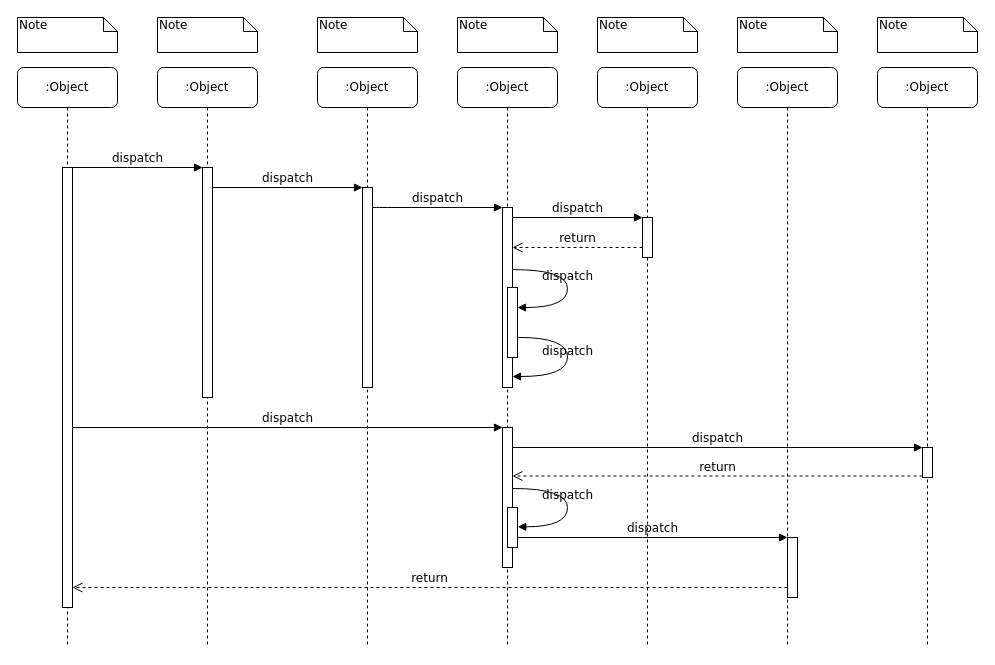
Above: hw2_2.drawio in IKolyas/Algorithms_architecture_patterns_PHP (draw.io), before the change. Source tidied: cells renumbered, new cells numbered last; positions are measured from the earlier drawing's top-left corner, leaving out a move shared by most shapes. Both pictures are drawn from the tidied source at 100%, with x=0, y=0 at pixel (17, 17).
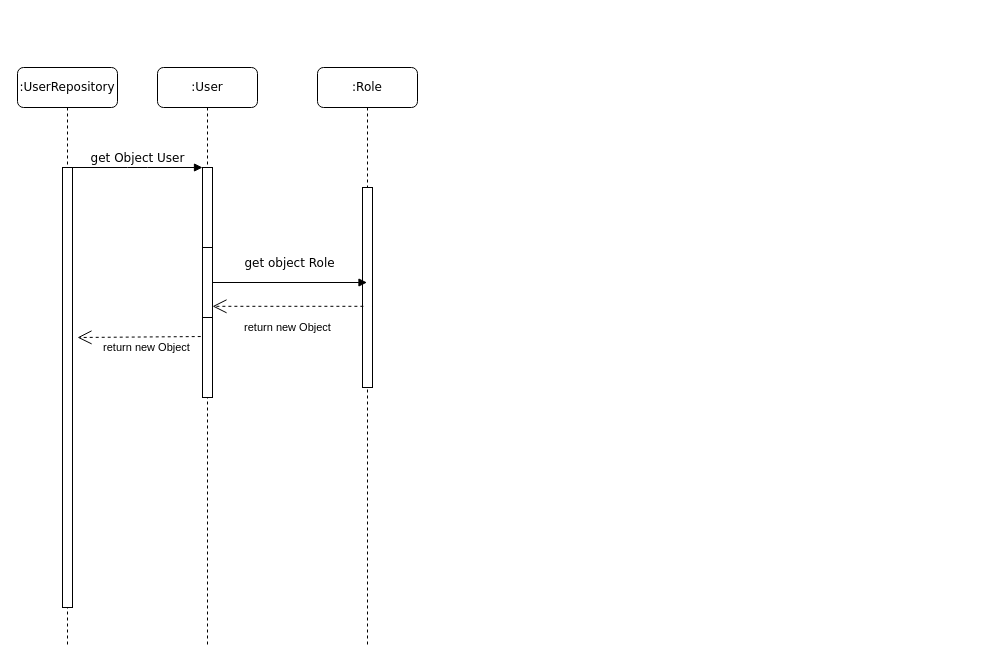
The same page after the edit.

Unchanged cells that the change refers to:
```xml
<mxCell id="3" style="html=1;points=[];perimeter=orthogonalPerimeter;rounded=0;shadow=0;comic=0;labelBackgroundColor=none;strokeWidth=1;fontFamily=Verdana;fontSize=12;align=center;" parent="2" vertex="1">
  <mxGeometry x="45" y="100" width="10" height="230" as="geometry" />
</mxCell>
<mxCell id="5" style="html=1;points=[];perimeter=orthogonalPerimeter;rounded=0;shadow=0;comic=0;labelBackgroundColor=none;strokeWidth=1;fontFamily=Verdana;fontSize=12;align=center;" parent="4" vertex="1">
  <mxGeometry x="45" y="120" width="10" height="200" as="geometry" />
</mxCell>
<mxCell id="11" style="html=1;points=[];perimeter=orthogonalPerimeter;rounded=0;shadow=0;comic=0;labelBackgroundColor=none;strokeWidth=1;fontFamily=Verdana;fontSize=12;align=center;" parent="10" vertex="1">
  <mxGeometry x="45" y="100" width="10" height="440" as="geometry" />
</mxCell>
```

The edit, as a diff of the source:
```diff
@@
-    <mxCell id="2" value=":Object" style="shape=umlLifeline;perimeter=lifelinePerimeter;whiteSpace=wrap;html=1;rounded=1;shadow=0;comic=0;labelBackgroundColor=none;strokeWidth=1;fontFamily=Verdana;fontSize=12;align=center;" parent="1" vertex="1">
+    <mxCell id="2" value=":User" style="shape=umlLifeline;perimeter=lifelinePerimeter;whiteSpace=wrap;html=1;rounded=1;shadow=0;comic=0;labelBackgroundColor=none;strokeWidth=1;fontFamily=Verdana;fontSize=12;align=center;" parent="1" vertex="1">
       <mxGeometry x="140" y="50" width="100" height="580" as="geometry" />
     </mxCell>
@@
+    <mxCell id="39" style="html=1;points=[];perimeter=orthogonalPerimeter;rounded=0;shadow=0;comic=0;labelBackgroundColor=none;strokeWidth=1;fontFamily=Verdana;fontSize=12;align=center;" parent="2" vertex="1">
+      <mxGeometry x="45" y="180" width="10" height="70" as="geometry" />
+    </mxCell>
-    <mxCell id="4" value=":Object" style="shape=umlLifeline;perimeter=lifelinePerimeter;whiteSpace=wrap;html=1;outlineConnect=0;rounded=1;shadow=0;comic=0;labelBackgroundColor=none;strokeWidth=1;fontFamily=Verdana;fontSize=12;align=center;" parent="1" vertex="1">
+    <mxCell id="4" value=":Role" style="shape=umlLifeline;perimeter=lifelinePerimeter;whiteSpace=wrap;html=1;outlineConnect=0;rounded=1;shadow=0;comic=0;labelBackgroundColor=none;strokeWidth=1;fontFamily=Verdana;fontSize=12;align=center;" parent="1" vertex="1">
       <mxGeometry x="300" y="50" width="100" height="580" as="geometry" />
     </mxCell>
@@
-    <mxCell id="6" value=":Object" style="shape=umlLifeline;perimeter=lifelinePerimeter;whiteSpace=wrap;html=1;rounded=1;shadow=0;comic=0;labelBackgroundColor=none;strokeWidth=1;fontFamily=Verdana;fontSize=12;align=center;" parent="1" vertex="1">
-      <mxGeometry x="440" y="50" width="100" height="580" as="geometry" />
-    </mxCell>
-    <mxCell id="7" value=":Object" style="shape=umlLifeline;perimeter=lifelinePerimeter;whiteSpace=wrap;html=1;rounded=1;shadow=0;comic=0;labelBackgroundColor=none;strokeWidth=1;fontFamily=Verdana;fontSize=12;align=center;" parent="1" vertex="1">
-      <mxGeometry x="580" y="50" width="100" height="580" as="geometry" />
-    </mxCell>
-    <mxCell id="8" value=":Object" style="shape=umlLifeline;perimeter=lifelinePerimeter;whiteSpace=wrap;html=1;rounded=1;shadow=0;comic=0;labelBackgroundColor=none;strokeWidth=1;fontFamily=Verdana;fontSize=12;align=center;" parent="1" vertex="1">
-      <mxGeometry x="720" y="50" width="100" height="580" as="geometry" />
-    </mxCell>
-    <mxCell id="9" value=":Object" style="shape=umlLifeline;perimeter=lifelinePerimeter;whiteSpace=wrap;html=1;rounded=1;shadow=0;comic=0;labelBackgroundColor=none;strokeWidth=1;fontFamily=Verdana;fontSize=12;align=center;" parent="1" vertex="1">
-      <mxGeometry x="860" y="50" width="100" height="580" as="geometry" />
-    </mxCell>
-    <mxCell id="10" value=":Object" style="shape=umlLifeline;perimeter=lifelinePerimeter;whiteSpace=wrap;html=1;rounded=1;shadow=0;comic=0;labelBackgroundColor=none;strokeWidth=1;fontFamily=Verdana;fontSize=12;align=center;" parent="1" vertex="1">
+    <mxCell id="10" value=":UserRepository" style="shape=umlLifeline;perimeter=lifelinePerimeter;whiteSpace=wrap;html=1;rounded=1;shadow=0;comic=0;labelBackgroundColor=none;strokeWidth=1;fontFamily=Verdana;fontSize=12;align=center;" parent="1" vertex="1">
       <mxGeometry y="50" width="100" height="580" as="geometry" />
     </mxCell>
@@
-    <mxCell id="12" style="html=1;points=[];perimeter=orthogonalPerimeter;rounded=0;shadow=0;comic=0;labelBackgroundColor=none;strokeWidth=1;fontFamily=Verdana;fontSize=12;align=center;" parent="1" vertex="1">
-      <mxGeometry x="485" y="190" width="10" height="180" as="geometry" />
-    </mxCell>
-    <mxCell id="13" value="dispatch" style="html=1;verticalAlign=bottom;endArrow=block;labelBackgroundColor=none;fontFamily=Verdana;fontSize=12;edgeStyle=elbowEdgeStyle;elbow=vertical;" parent="1" edge="1" source="5" target="12">
-      <mxGeometry relative="1" as="geometry">
-        <Array as="points">
-          <mxPoint x="360" y="190" />
-        </Array>
-      </mxGeometry>
-    </mxCell>
-    <mxCell id="14" style="html=1;points=[];perimeter=orthogonalPerimeter;rounded=0;shadow=0;comic=0;labelBackgroundColor=none;strokeWidth=1;fontFamily=Verdana;fontSize=12;align=center;" parent="1" vertex="1">
-      <mxGeometry x="625" y="200" width="10" height="40" as="geometry" />
-    </mxCell>
-    <mxCell id="15" value="dispatch" style="html=1;verticalAlign=bottom;endArrow=block;entryX=0;entryY=0;labelBackgroundColor=none;fontFamily=Verdana;fontSize=12;edgeStyle=elbowEdgeStyle;elbow=vertical;" parent="1" edge="1" source="12" target="14">
-      <mxGeometry relative="1" as="geometry" />
-    </mxCell>
-    <mxCell id="16" value="return" style="html=1;verticalAlign=bottom;endArrow=open;dashed=1;endSize=8;labelBackgroundColor=none;fontFamily=Verdana;fontSize=12;edgeStyle=elbowEdgeStyle;elbow=vertical;" parent="1" edge="1" source="14" target="12">
-      <mxGeometry relative="1" as="geometry">
-        <Array as="points">
-          <mxPoint x="570" y="230" />
-          <mxPoint x="600" y="230" />
-        </Array>
-      </mxGeometry>
-    </mxCell>
-    <mxCell id="17" style="html=1;points=[];perimeter=orthogonalPerimeter;rounded=0;shadow=0;comic=0;labelBackgroundColor=none;strokeWidth=1;fontFamily=Verdana;fontSize=12;align=center;" parent="1" vertex="1">
-      <mxGeometry x="485" y="410" width="10" height="140" as="geometry" />
-    </mxCell>
-    <mxCell id="18" value="dispatch" style="html=1;verticalAlign=bottom;endArrow=block;entryX=0;entryY=0;labelBackgroundColor=none;fontFamily=Verdana;fontSize=12;" parent="1" edge="1" source="11" target="17">
-      <mxGeometry relative="1" as="geometry" />
-    </mxCell>
-    <mxCell id="19" style="html=1;points=[];perimeter=orthogonalPerimeter;rounded=0;shadow=0;comic=0;labelBackgroundColor=none;strokeColor=#000000;strokeWidth=1;fillColor=#FFFFFF;fontFamily=Verdana;fontSize=12;fontColor=#000000;align=center;" parent="1" vertex="1">
-      <mxGeometry x="905" y="430" width="10" height="30" as="geometry" />
-    </mxCell>
-    <mxCell id="20" value="dispatch" style="html=1;verticalAlign=bottom;endArrow=block;entryX=0;entryY=0;labelBackgroundColor=none;fontFamily=Verdana;fontSize=12;" parent="1" edge="1" source="17" target="19">
-      <mxGeometry relative="1" as="geometry" />
-    </mxCell>
-    <mxCell id="21" value="return" style="html=1;verticalAlign=bottom;endArrow=open;dashed=1;endSize=8;exitX=0;exitY=0.95;labelBackgroundColor=none;fontFamily=Verdana;fontSize=12;" parent="1" edge="1" source="19" target="17">
-      <mxGeometry relative="1" as="geometry" />
-    </mxCell>
-    <mxCell id="22" style="html=1;points=[];perimeter=orthogonalPerimeter;rounded=0;shadow=0;comic=0;labelBackgroundColor=none;strokeWidth=1;fontFamily=Verdana;fontSize=12;align=center;" parent="1" vertex="1">
-      <mxGeometry x="770" y="520" width="10" height="60" as="geometry" />
-    </mxCell>
-    <mxCell id="23" value="dispatch" style="html=1;verticalAlign=bottom;endArrow=block;entryX=0;entryY=0;labelBackgroundColor=none;fontFamily=Verdana;fontSize=12;edgeStyle=elbowEdgeStyle;elbow=vertical;" parent="1" edge="1" source="30" target="22">
-      <mxGeometry relative="1" as="geometry" />
-    </mxCell>
-    <mxCell id="24" value="return" style="html=1;verticalAlign=bottom;endArrow=open;dashed=1;endSize=8;labelBackgroundColor=none;fontFamily=Verdana;fontSize=12;edgeStyle=elbowEdgeStyle;elbow=vertical;" parent="1" edge="1" source="22" target="11">
-      <mxGeometry relative="1" as="geometry">
-        <Array as="points">
-          <mxPoint x="470" y="570" />
-        </Array>
-      </mxGeometry>
-    </mxCell>
-    <mxCell id="25" value="dispatch" style="html=1;verticalAlign=bottom;endArrow=block;entryX=0;entryY=0;labelBackgroundColor=none;fontFamily=Verdana;fontSize=12;edgeStyle=elbowEdgeStyle;elbow=vertical;" parent="1" edge="1" source="11" target="3">
+    <mxCell id="25" value="get Object User" style="html=1;verticalAlign=bottom;endArrow=block;entryX=0;entryY=0;labelBackgroundColor=none;fontFamily=Verdana;fontSize=12;edgeStyle=elbowEdgeStyle;elbow=vertical;" parent="1" edge="1" source="11" target="3">
       <mxGeometry relative="1" as="geometry" />
     </mxCell>
-    <mxCell id="26" value="dispatch" style="html=1;verticalAlign=bottom;endArrow=block;entryX=0;entryY=0;labelBackgroundColor=none;fontFamily=Verdana;fontSize=12;edgeStyle=elbowEdgeStyle;elbow=vertical;" parent="1" edge="1" source="3" target="5">
-      <mxGeometry relative="1" as="geometry" />
+    <mxCell id="26" value="get object Role" style="html=1;verticalAlign=bottom;endArrow=block;labelBackgroundColor=none;fontFamily=Verdana;fontSize=12;edgeStyle=elbowEdgeStyle;elbow=vertical;" parent="1" edge="1" source="3" target="4">
+      <mxGeometry y="10" relative="1" as="geometry" />
     </mxCell>
-    <mxCell id="27" style="html=1;points=[];perimeter=orthogonalPerimeter;rounded=0;shadow=0;comic=0;labelBackgroundColor=none;strokeWidth=1;fontFamily=Verdana;fontSize=12;align=center;" parent="1" vertex="1">
-      <mxGeometry x="490" y="270" width="10" height="70" as="geometry" />
-    </mxCell>
-    <mxCell id="28" value="dispatch" style="html=1;verticalAlign=bottom;endArrow=block;labelBackgroundColor=none;fontFamily=Verdana;fontSize=12;elbow=vertical;edgeStyle=orthogonalEdgeStyle;curved=1;entryX=1;entryY=0.286;entryPerimeter=0;exitX=1.038;exitY=0.345;exitPerimeter=0;" parent="1" edge="1" source="12" target="27">
-      <mxGeometry relative="1" as="geometry">
-        <Array as="points">
-          <mxPoint x="550" y="252" />
-          <mxPoint x="550" y="290" />
-        </Array>
-      </mxGeometry>
-    </mxCell>
-    <mxCell id="29" value="dispatch" style="html=1;verticalAlign=bottom;endArrow=block;labelBackgroundColor=none;fontFamily=Verdana;fontSize=12;elbow=vertical;edgeStyle=orthogonalEdgeStyle;curved=1;exitX=1.066;exitY=0.713;exitPerimeter=0;" parent="1" edge="1" source="27">
-      <mxGeometry relative="1" as="geometry">
-        <mxPoint x="495" y="359" as="targetPoint" />
-        <Array as="points">
-          <mxPoint x="550" y="320" />
-          <mxPoint x="550" y="359" />
-        </Array>
-      </mxGeometry>
-    </mxCell>
-    <mxCell id="30" style="html=1;points=[];perimeter=orthogonalPerimeter;rounded=0;shadow=0;comic=0;labelBackgroundColor=none;strokeWidth=1;fontFamily=Verdana;fontSize=12;align=center;" parent="1" vertex="1">
-      <mxGeometry x="490" y="490" width="10" height="40" as="geometry" />
-    </mxCell>
-    <mxCell id="31" value="dispatch" style="html=1;verticalAlign=bottom;endArrow=block;labelBackgroundColor=none;fontFamily=Verdana;fontSize=12;elbow=vertical;edgeStyle=orthogonalEdgeStyle;curved=1;entryX=1;entryY=0.286;entryPerimeter=0;exitX=1.038;exitY=0.345;exitPerimeter=0;" parent="1" edge="1">
-      <mxGeometry relative="1" as="geometry">
-        <mxPoint x="495.3" y="471" as="sourcePoint" />
-        <mxPoint x="500.3" y="509.3" as="targetPoint" />
-        <Array as="points">
-          <mxPoint x="550" y="471" />
-          <mxPoint x="550" y="509" />
-        </Array>
-      </mxGeometry>
-    </mxCell>
-    <mxCell id="32" value="Note" style="shape=note;whiteSpace=wrap;html=1;size=14;verticalAlign=top;align=left;spacingTop=-6;rounded=0;shadow=0;comic=0;labelBackgroundColor=none;strokeWidth=1;fontFamily=Verdana;fontSize=12;" parent="1" vertex="1">
-      <mxGeometry width="100" height="35" as="geometry" />
-    </mxCell>
-    <mxCell id="33" value="Note" style="shape=note;whiteSpace=wrap;html=1;size=14;verticalAlign=top;align=left;spacingTop=-6;rounded=0;shadow=0;comic=0;labelBackgroundColor=none;strokeWidth=1;fontFamily=Verdana;fontSize=12;" parent="1" vertex="1">
-      <mxGeometry x="140" width="100" height="35" as="geometry" />
-    </mxCell>
-    <mxCell id="34" value="Note" style="shape=note;whiteSpace=wrap;html=1;size=14;verticalAlign=top;align=left;spacingTop=-6;rounded=0;shadow=0;comic=0;labelBackgroundColor=none;strokeWidth=1;fontFamily=Verdana;fontSize=12;" parent="1" vertex="1">
-      <mxGeometry x="300" width="100" height="35" as="geometry" />
-    </mxCell>
-    <mxCell id="35" value="Note" style="shape=note;whiteSpace=wrap;html=1;size=14;verticalAlign=top;align=left;spacingTop=-6;rounded=0;shadow=0;comic=0;labelBackgroundColor=none;strokeWidth=1;fontFamily=Verdana;fontSize=12;" parent="1" vertex="1">
-      <mxGeometry x="440" width="100" height="35" as="geometry" />
-    </mxCell>
-    <mxCell id="36" value="Note" style="shape=note;whiteSpace=wrap;html=1;size=14;verticalAlign=top;align=left;spacingTop=-6;rounded=0;shadow=0;comic=0;labelBackgroundColor=none;strokeWidth=1;fontFamily=Verdana;fontSize=12;" parent="1" vertex="1">
-      <mxGeometry x="580" width="100" height="35" as="geometry" />
-    </mxCell>
-    <mxCell id="37" value="Note" style="shape=note;whiteSpace=wrap;html=1;size=14;verticalAlign=top;align=left;spacingTop=-6;rounded=0;shadow=0;comic=0;labelBackgroundColor=none;strokeWidth=1;fontFamily=Verdana;fontSize=12;" parent="1" vertex="1">
-      <mxGeometry x="720" width="100" height="35" as="geometry" />
-    </mxCell>
-    <mxCell id="38" value="Note" style="shape=note;whiteSpace=wrap;html=1;size=14;verticalAlign=top;align=left;spacingTop=-6;rounded=0;shadow=0;comic=0;labelBackgroundColor=none;strokeWidth=1;fontFamily=Verdana;fontSize=12;" parent="1" vertex="1">
-      <mxGeometry x="860" width="100" height="35" as="geometry" />
-    </mxCell>
+    <mxCell id="40" value="return new Object" style="endArrow=open;endSize=12;dashed=1;html=1;exitX=0.089;exitY=0.594;exitDx=0;exitDy=0;exitPerimeter=0;" parent="1" edge="1" source="5" target="39">
+      <mxGeometry x="0.01" y="21" relative="1" as="geometry" />
+    </mxCell>
+    <mxCell id="41" value="return new Object" style="endArrow=open;endSize=12;dashed=1;html=1;exitX=-0.178;exitY=0.735;exitDx=0;exitDy=0;exitPerimeter=0;" parent="1" edge="1" source="3">
+      <mxGeometry x="-0.13" y="11" relative="1" as="geometry">
+        <mxPoint x="60" y="320" as="targetPoint" />
+      </mxGeometry>
+    </mxCell>
```
